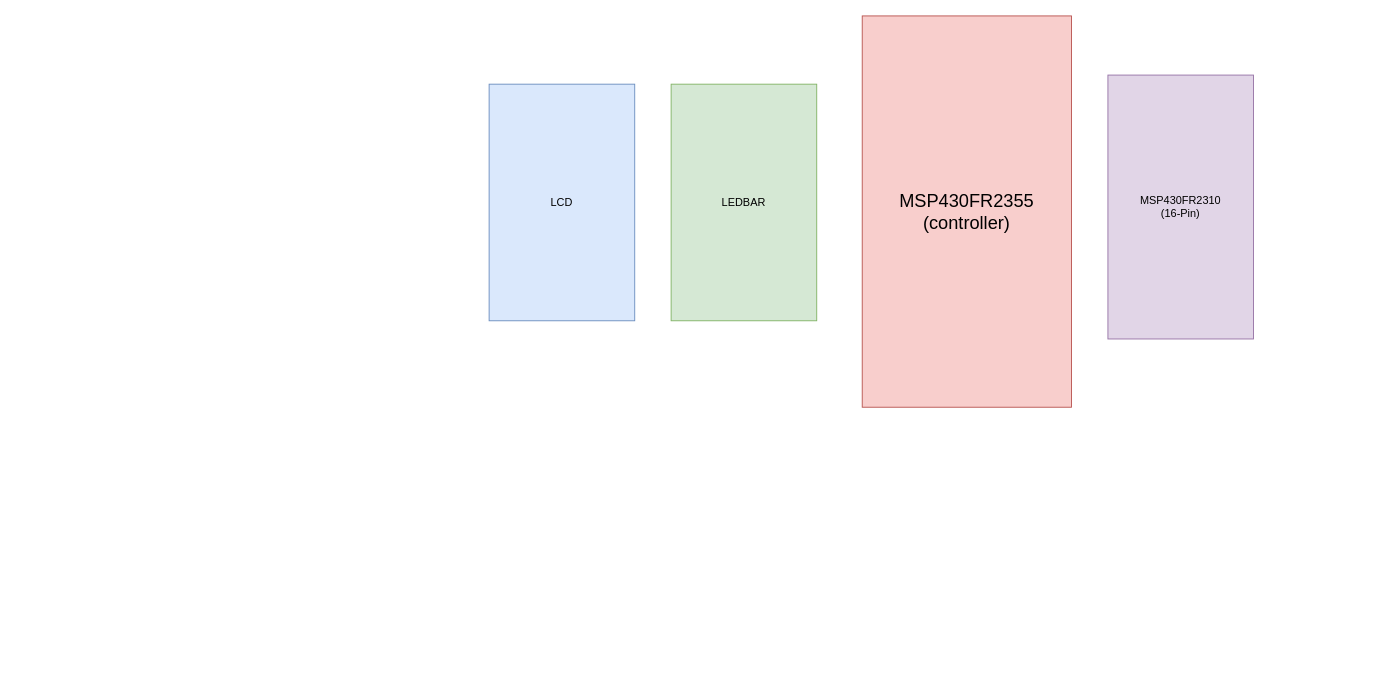
Earlier version of the draw.io diagram docs/planning/Project4_CircuitDiagram.drawio (msu-eele-465/project4-alex_aaron). Source tidied: cells renumbered, new cells numbered last; positions are measured from the earlier drawing's top-left corner, leaving out a move shared by most shapes. Both pictures are drawn from the tidied source at 91%, with x=0, y=0 at pixel (489, 15).
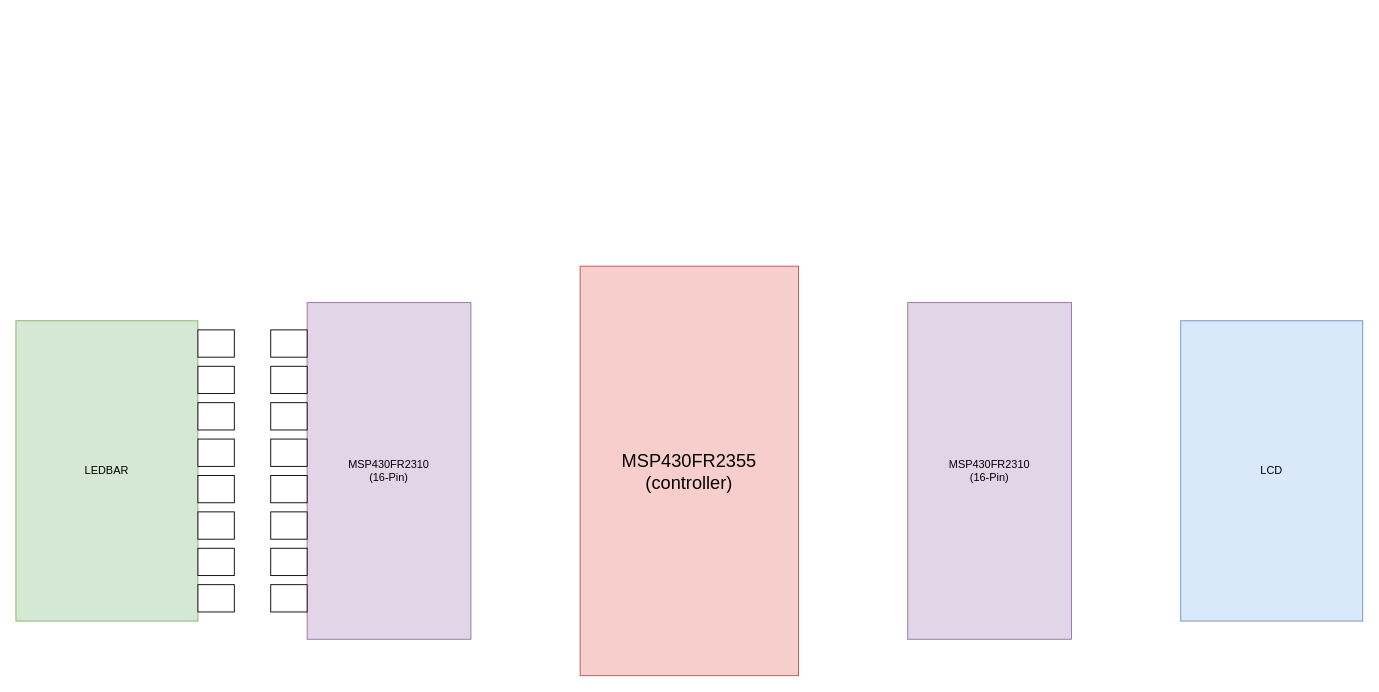
The same diagram, later.

Diff of the diagram source:
```diff
@@
     <mxCell id="2" value="&lt;font style=&quot;font-size: 20px;&quot;&gt;MSP430FR2355&lt;/font&gt;&lt;div&gt;&lt;font style=&quot;font-size: 20px;&quot;&gt;(controller)&lt;/font&gt;&lt;/div&gt;" style="rounded=0;whiteSpace=wrap;html=1;fillColor=#f8cecc;strokeColor=#b85450;" parent="1" vertex="1">
-      <mxGeometry x="410" width="230" height="430" as="geometry" />
+      <mxGeometry x="100" y="275" width="240" height="450" as="geometry" />
     </mxCell>
     <mxCell id="3" value="MSP430FR2310&lt;br&gt;(16-Pin)" style="rounded=0;whiteSpace=wrap;html=1;fillColor=#e1d5e7;strokeColor=#9673a6;" parent="1" vertex="1">
-      <mxGeometry x="680" y="65" width="160" height="290" as="geometry" />
+      <mxGeometry x="460" y="315" width="180" height="370" as="geometry" />
     </mxCell>
     <mxCell id="4" value="LEDBAR" style="rounded=0;whiteSpace=wrap;html=1;fillColor=#d5e8d4;strokeColor=#82b366;" parent="1" vertex="1">
-      <mxGeometry x="200" y="75" width="160" height="260" as="geometry" />
+      <mxGeometry x="-520" y="335" width="200" height="330" as="geometry" />
     </mxCell>
     <mxCell id="5" value="LCD" style="rounded=0;whiteSpace=wrap;html=1;fillColor=#dae8fc;strokeColor=#6c8ebf;" parent="1" vertex="1">
-      <mxGeometry y="75" width="160" height="260" as="geometry" />
+      <mxGeometry x="760" y="335" width="200" height="330" as="geometry" />
     </mxCell>
+    <mxCell id="6" value="MSP430FR2310&lt;br&gt;(16-Pin)" style="rounded=0;whiteSpace=wrap;html=1;fillColor=#e1d5e7;strokeColor=#9673a6;" parent="1" vertex="1">
+      <mxGeometry x="-200" y="315" width="180" height="370" as="geometry" />
+    </mxCell>
+    <mxCell id="7" style="rounded=0;whiteSpace=wrap;html=1;" parent="1" vertex="1">
+      <mxGeometry x="-320" y="625" width="40" height="30" as="geometry" />
+    </mxCell>
+    <mxCell id="8" style="rounded=0;whiteSpace=wrap;html=1;" parent="1" vertex="1">
+      <mxGeometry x="-320" y="545" width="40" height="30" as="geometry" />
+    </mxCell>
+    <mxCell id="9" style="rounded=0;whiteSpace=wrap;html=1;" parent="1" vertex="1">
+      <mxGeometry x="-320" y="585" width="40" height="30" as="geometry" />
+    </mxCell>
+    <mxCell id="10" style="rounded=0;whiteSpace=wrap;html=1;" parent="1" vertex="1">
+      <mxGeometry x="-320" y="505" width="40" height="30" as="geometry" />
+    </mxCell>
+    <mxCell id="11" style="rounded=0;whiteSpace=wrap;html=1;" parent="1" vertex="1">
+      <mxGeometry x="-320" y="465" width="40" height="30" as="geometry" />
+    </mxCell>
+    <mxCell id="12" style="rounded=0;whiteSpace=wrap;html=1;" parent="1" vertex="1">
+      <mxGeometry x="-320" y="425" width="40" height="30" as="geometry" />
+    </mxCell>
+    <mxCell id="13" style="rounded=0;whiteSpace=wrap;html=1;" parent="1" vertex="1">
+      <mxGeometry x="-320" y="385" width="40" height="30" as="geometry" />
+    </mxCell>
+    <mxCell id="14" style="rounded=0;whiteSpace=wrap;html=1;" parent="1" vertex="1">
+      <mxGeometry x="-320" y="345" width="40" height="30" as="geometry" />
+    </mxCell>
+    <mxCell id="15" style="rounded=0;whiteSpace=wrap;html=1;" parent="1" vertex="1">
+      <mxGeometry x="-240" y="625" width="40" height="30" as="geometry" />
+    </mxCell>
+    <mxCell id="16" style="rounded=0;whiteSpace=wrap;html=1;" parent="1" vertex="1">
+      <mxGeometry x="-240" y="545" width="40" height="30" as="geometry" />
+    </mxCell>
+    <mxCell id="17" style="rounded=0;whiteSpace=wrap;html=1;" parent="1" vertex="1">
+      <mxGeometry x="-240" y="585" width="40" height="30" as="geometry" />
+    </mxCell>
+    <mxCell id="18" style="rounded=0;whiteSpace=wrap;html=1;" parent="1" vertex="1">
+      <mxGeometry x="-240" y="505" width="40" height="30" as="geometry" />
+    </mxCell>
+    <mxCell id="19" style="rounded=0;whiteSpace=wrap;html=1;" parent="1" vertex="1">
+      <mxGeometry x="-240" y="465" width="40" height="30" as="geometry" />
+    </mxCell>
+    <mxCell id="20" style="rounded=0;whiteSpace=wrap;html=1;" parent="1" vertex="1">
+      <mxGeometry x="-240" y="425" width="40" height="30" as="geometry" />
+    </mxCell>
+    <mxCell id="21" style="rounded=0;whiteSpace=wrap;html=1;" parent="1" vertex="1">
+      <mxGeometry x="-240" y="385" width="40" height="30" as="geometry" />
+    </mxCell>
+    <mxCell id="22" style="rounded=0;whiteSpace=wrap;html=1;" parent="1" vertex="1">
+      <mxGeometry x="-240" y="345" width="40" height="30" as="geometry" />
+    </mxCell>
```
